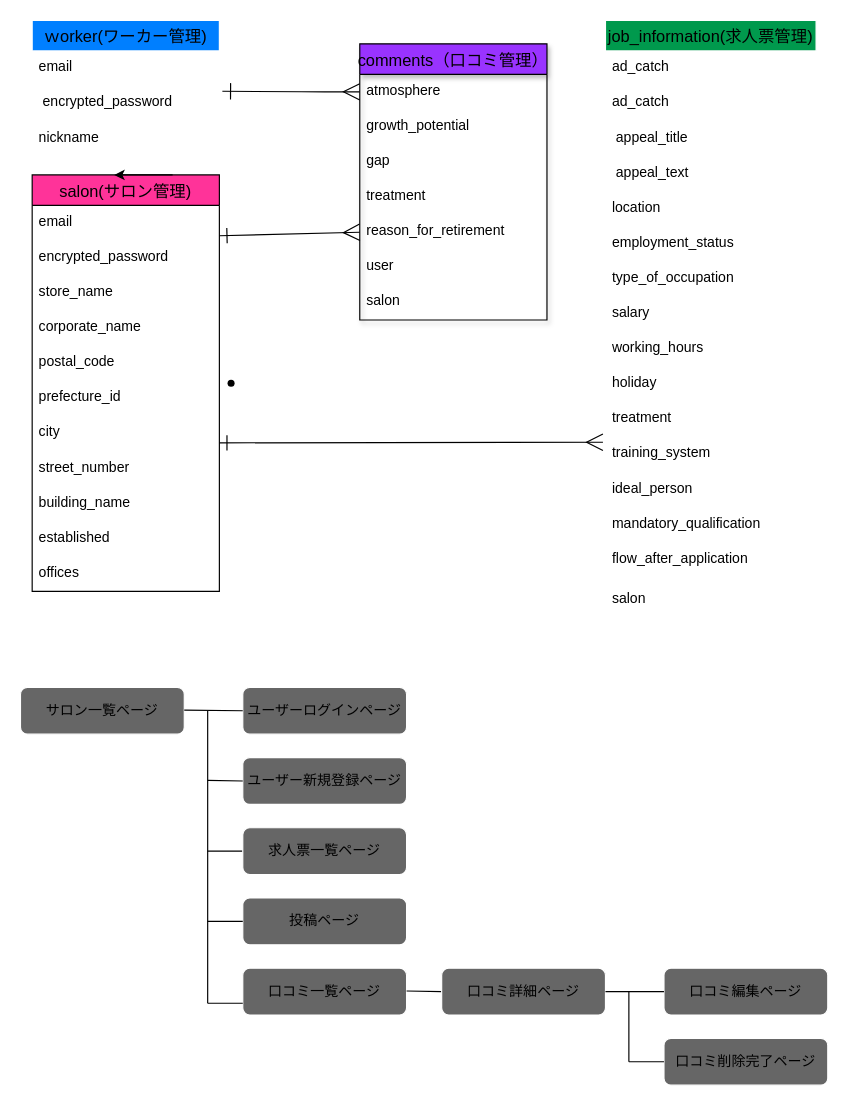
The draw.io diagram database.dio in miho0434/job-ad, before the edit. Source tidied: cells renumbered, new cells numbered last; positions are measured from the earlier drawing's top-left corner, leaving out a move shared by most shapes. Both pictures are drawn from the tidied source at 117%, with x=0, y=0 at pixel (20, 20).
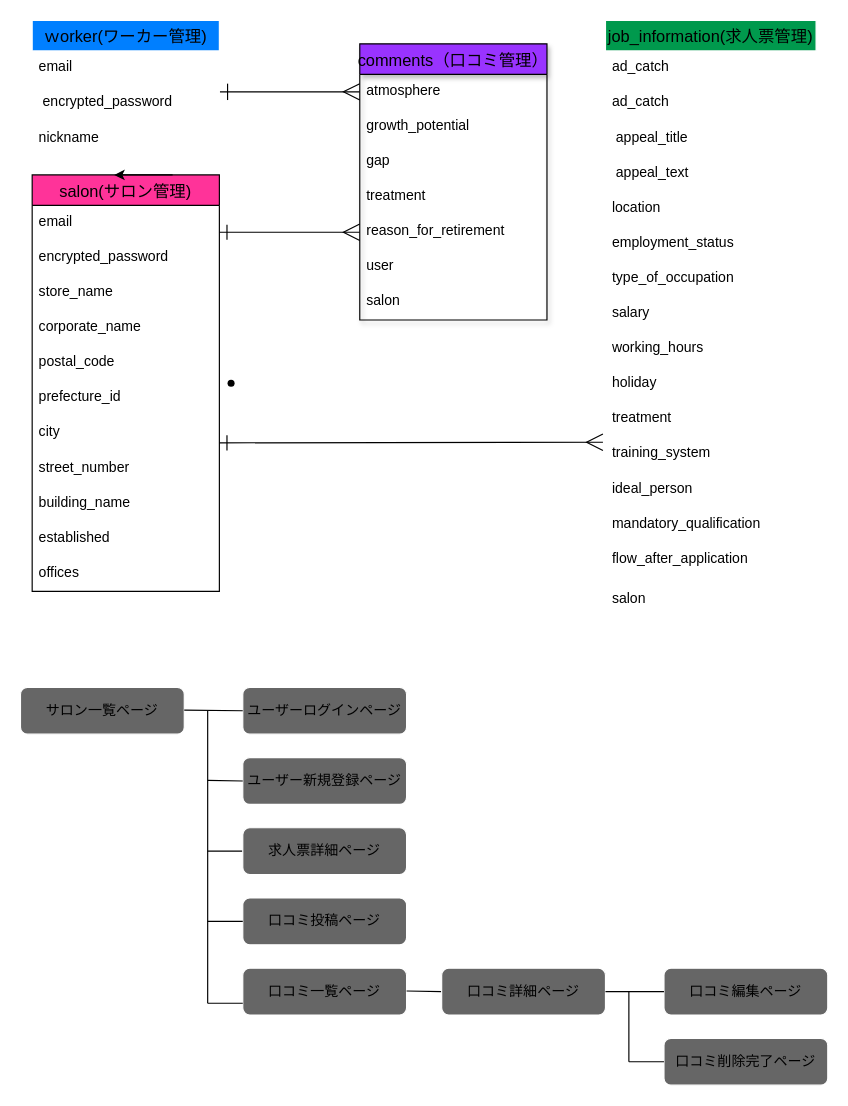
The same page after the edit.

Unchanged cells that the change refers to:
```xml
<mxCell id="5" value=" encrypted_password " style="text;strokeColor=none;fillColor=none;spacingLeft=4;spacingRight=4;overflow=hidden;points=[[0,0.5],[1,0.5]];portConstraint=eastwest;fontSize=12;" parent="3" vertex="1">
  <mxGeometry y="56" width="160" height="30" as="geometry" />
</mxCell>
<mxCell id="8" value="atmosphere " style="text;strokeColor=none;fillColor=none;spacingLeft=4;spacingRight=4;overflow=hidden;points=[[0,0.5],[1,0.5]];portConstraint=eastwest;fontSize=12;" parent="7" vertex="1">
  <mxGeometry y="26" width="160" height="30" as="geometry" />
</mxCell>
<mxCell id="12" value="reason_for_retirement " style="text;strokeColor=none;fillColor=none;spacingLeft=4;spacingRight=4;overflow=hidden;points=[[0,0.5],[1,0.5]];portConstraint=eastwest;fontSize=12;" parent="7" vertex="1">
  <mxGeometry y="146" width="160" height="30" as="geometry" />
</mxCell>
```

Diff of the diagram source:
```diff
@@
-    <mxCell id="2" style="rounded=1;html=1;endArrow=ERmany;endFill=0;exitX=1.016;exitY=0.15;exitDx=0;exitDy=0;startArrow=ERone;startFill=0;exitPerimeter=0;entryX=0;entryY=0.5;entryDx=0;entryDy=0;startSize=12;endSize=12;" parent="1" edge="1" source="5" target="8">
+    <mxCell id="2" style="rounded=1;html=1;endArrow=ERmany;endFill=0;startArrow=ERone;startFill=0;entryX=0;entryY=0.5;entryDx=0;entryDy=0;startSize=12;endSize=12;" parent="1" edge="1" target="8">
       <mxGeometry relative="1" as="geometry">
+        <mxPoint x="170" y="61" as="sourcePoint" />
         <Array as="points">
           <mxPoint x="250" y="61" />
         </Array>
       </mxGeometry>
     </mxCell>
@@
     <mxCell id="28" style="rounded=1;html=1;entryX=0;entryY=0.5;entryDx=0;entryDy=0;startArrow=ERone;startFill=0;endArrow=ERmany;endFill=0;endSize=12;startSize=11;" parent="1" edge="1" target="12">
       <mxGeometry relative="1" as="geometry">
-        <mxPoint x="170" y="184" as="sourcePoint" />
+        <mxPoint x="170" y="181" as="sourcePoint" />
       </mxGeometry>
     </mxCell>
@@
-    <mxCell id="52" value="投稿ページ" style="rounded=1;whiteSpace=wrap;html=1;strokeColor=#FFFFFF;fillColor=#666666;" parent="1" vertex="1">
+    <mxCell id="52" value="口コミ投稿ページ" style="rounded=1;whiteSpace=wrap;html=1;strokeColor=#FFFFFF;fillColor=#666666;" parent="1" vertex="1">
       <mxGeometry x="190" y="750" width="140" height="40" as="geometry" />
     </mxCell>
@@
-    <mxCell id="67" value="求人票一覧ページ" style="rounded=1;whiteSpace=wrap;html=1;strokeColor=#FFFFFF;fillColor=#666666;" parent="1" vertex="1">
+    <mxCell id="67" value="求人票詳細ページ" style="rounded=1;whiteSpace=wrap;html=1;strokeColor=#FFFFFF;fillColor=#666666;" parent="1" vertex="1">
       <mxGeometry x="190" y="690" width="140" height="40" as="geometry" />
     </mxCell>
```
